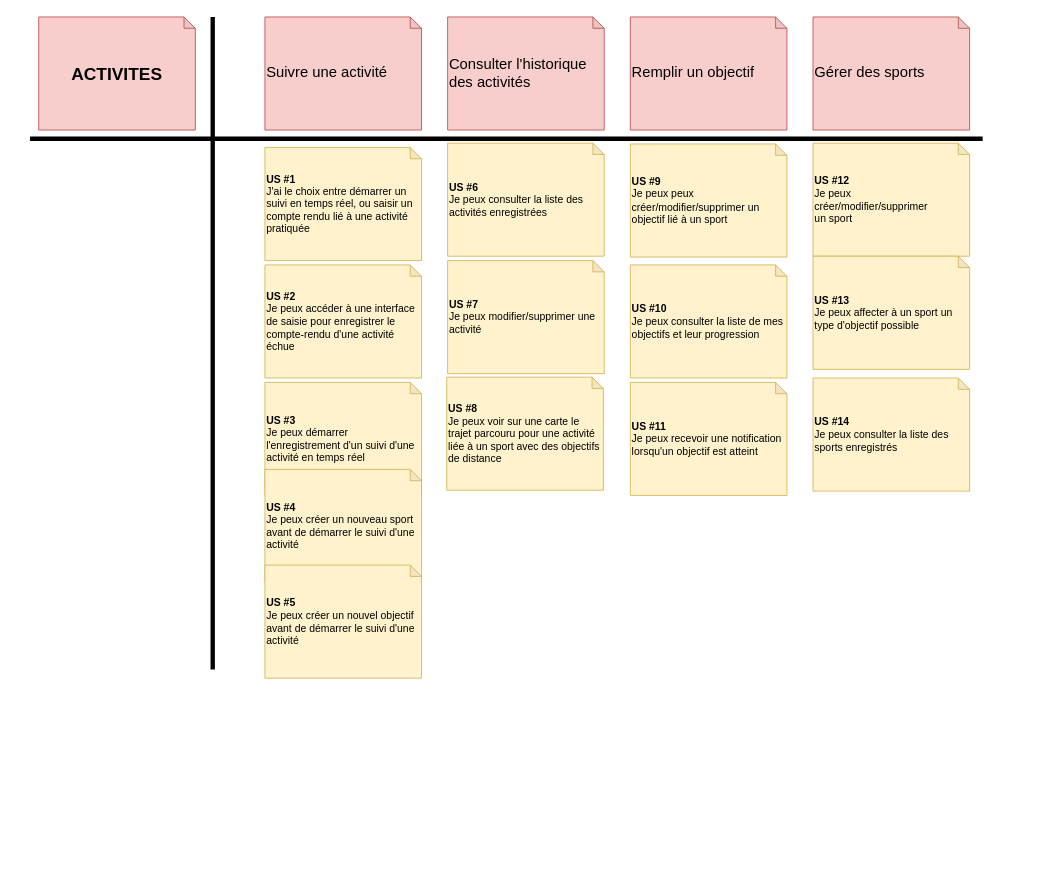
The draw.io diagram analyse/backlog.drawio in jduplaix/SportTrack, before the edit. Source tidied: cells renumbered, new cells numbered last; positions are measured from the earlier drawing's top-left corner, leaving out a move shared by most shapes. Both pictures are drawn from the tidied source at 87%, with x=0, y=0 at pixel (30, 17).
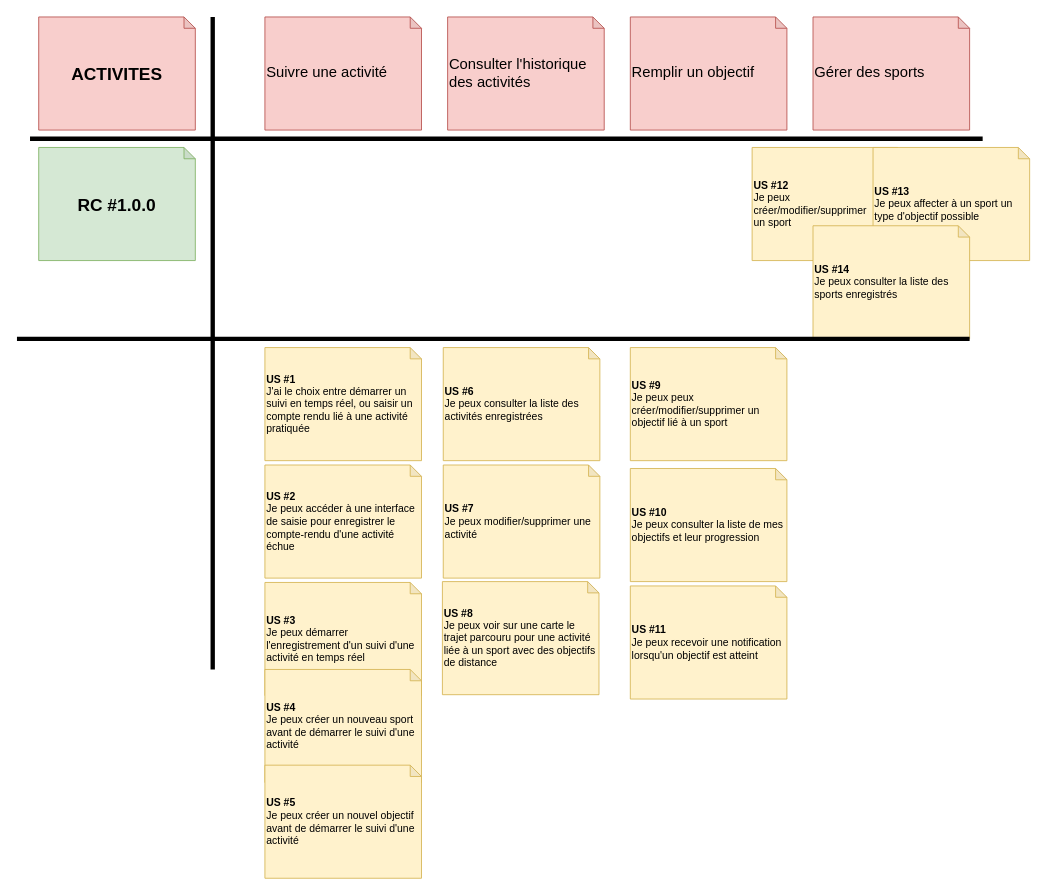
The same page after the edit.

Commit message (it also covers changes not shown here):
Docs: Maj backlog: identification contenu RC#1.0.0. Retrodoc RC#0.1.0.

Change to the diagram source:
```diff
@@
     <mxCell id="6" value="&lt;b&gt;US #7&lt;/b&gt;&lt;br&gt;Je peux modifier/supprimer une activité" style="shape=note;whiteSpace=wrap;html=1;backgroundOutline=1;darkOpacity=0.05;size=13;align=left;fillColor=#fff2cc;strokeColor=#d6b656;" parent="1" vertex="1">
-      <mxGeometry x="480" y="280" width="180" height="130" as="geometry" />
+      <mxGeometry x="475" y="515" width="180" height="130" as="geometry" />
     </mxCell>
     <mxCell id="7" value="&lt;b&gt;US #9&lt;/b&gt;&lt;br&gt;Je peux peux créer/modifier/supprimer un objectif lié à un sport" style="shape=note;whiteSpace=wrap;html=1;backgroundOutline=1;darkOpacity=0.05;size=13;align=left;fillColor=#fff2cc;strokeColor=#d6b656;" parent="1" vertex="1">
-      <mxGeometry x="690" y="146" width="180" height="130" as="geometry" />
+      <mxGeometry x="690" y="380" width="180" height="130" as="geometry" />
     </mxCell>
     <mxCell id="8" value="&lt;b&gt;US #10&lt;/b&gt;&lt;br&gt;Je peux consulter la liste de mes objectifs et leur progression" style="shape=note;whiteSpace=wrap;html=1;backgroundOutline=1;darkOpacity=0.05;size=13;align=left;fillColor=#fff2cc;strokeColor=#d6b656;" parent="1" vertex="1">
-      <mxGeometry x="690" y="285" width="180" height="130" as="geometry" />
+      <mxGeometry x="690" y="519" width="180" height="130" as="geometry" />
     </mxCell>
     <mxCell id="9" value="&lt;b&gt;US #11&lt;/b&gt;&lt;br&gt;Je peux recevoir une notification lorsqu'un objectif est atteint" style="shape=note;whiteSpace=wrap;html=1;backgroundOutline=1;darkOpacity=0.05;size=13;align=left;fillColor=#fff2cc;strokeColor=#d6b656;" parent="1" vertex="1">
-      <mxGeometry x="690" y="420" width="180" height="130" as="geometry" />
+      <mxGeometry x="690" y="654" width="180" height="130" as="geometry" />
     </mxCell>
     <mxCell id="10" value="&lt;b&gt;US #1&lt;/b&gt;&lt;br&gt;J'ai le choix entre démarrer un suivi en temps réel, ou saisir un compte rendu lié à une activité pratiquée" style="shape=note;whiteSpace=wrap;html=1;backgroundOutline=1;darkOpacity=0.05;size=13;align=left;fillColor=#fff2cc;strokeColor=#d6b656;" parent="1" vertex="1">
-      <mxGeometry x="270" y="150" width="180" height="130" as="geometry" />
+      <mxGeometry x="270" y="380" width="180" height="130" as="geometry" />
     </mxCell>
     <mxCell id="11" value="&lt;b&gt;US #6&lt;/b&gt;&lt;br&gt;Je peux consulter la liste des activités enregistrées" style="shape=note;whiteSpace=wrap;html=1;backgroundOutline=1;darkOpacity=0.05;size=13;align=left;fillColor=#fff2cc;strokeColor=#d6b656;" parent="1" vertex="1">
-      <mxGeometry x="480" y="145" width="180" height="130" as="geometry" />
+      <mxGeometry x="475" y="380" width="180" height="130" as="geometry" />
     </mxCell>
     <mxCell id="12" value="&lt;b&gt;US #12&lt;/b&gt;&lt;br&gt;Je peux&lt;br&gt;créer/modifier/supprimer&lt;br&gt;un sport" style="shape=note;whiteSpace=wrap;html=1;backgroundOutline=1;darkOpacity=0.05;size=13;align=left;fillColor=#fff2cc;strokeColor=#d6b656;" parent="1" vertex="1">
-      <mxGeometry x="900" y="145" width="180" height="130" as="geometry" />
+      <mxGeometry x="830" y="150" width="180" height="130" as="geometry" />
     </mxCell>
     <mxCell id="13" value="&lt;b&gt;US #13&lt;/b&gt;&lt;br&gt;Je peux affecter à un sport un type d'objectif possible" style="shape=note;whiteSpace=wrap;html=1;backgroundOutline=1;darkOpacity=0.05;size=13;align=left;fillColor=#fff2cc;strokeColor=#d6b656;" parent="1" vertex="1">
-      <mxGeometry x="900" y="275" width="180" height="130" as="geometry" />
+      <mxGeometry x="969" y="150" width="180" height="130" as="geometry" />
     </mxCell>
     <mxCell id="14" value="&lt;b&gt;US #8&lt;/b&gt;&lt;br&gt;Je peux voir sur une carte le trajet parcouru pour une activité liée à un sport avec des objectifs de distance" style="shape=note;whiteSpace=wrap;html=1;backgroundOutline=1;darkOpacity=0.05;size=13;align=left;fillColor=#fff2cc;strokeColor=#d6b656;" parent="1" vertex="1">
-      <mxGeometry x="479" y="414" width="180" height="130" as="geometry" />
+      <mxGeometry x="474" y="649" width="180" height="130" as="geometry" />
     </mxCell>
     <mxCell id="15" value="&lt;b&gt;US #2&lt;/b&gt;&lt;br&gt;Je peux accéder à une interface de saisie pour enregistrer le compte-rendu d'une activité échue" style="shape=note;whiteSpace=wrap;html=1;backgroundOutline=1;darkOpacity=0.05;size=13;align=left;fillColor=#fff2cc;strokeColor=#d6b656;" parent="1" vertex="1">
-      <mxGeometry x="270" y="285" width="180" height="130" as="geometry" />
+      <mxGeometry x="270" y="515" width="180" height="130" as="geometry" />
     </mxCell>
     <mxCell id="16" value="&lt;b&gt;US #3&lt;/b&gt;&lt;br&gt;Je peux démarrer l'enregistrement d'un suivi d'une activité en temps réel" style="shape=note;whiteSpace=wrap;html=1;backgroundOutline=1;darkOpacity=0.05;size=13;align=left;fillColor=#fff2cc;strokeColor=#d6b656;" parent="1" vertex="1">
-      <mxGeometry x="270" y="420" width="180" height="130" as="geometry" />
+      <mxGeometry x="270" y="650" width="180" height="130" as="geometry" />
     </mxCell>
@@
     <mxCell id="19" value="&lt;b&gt;US #4&lt;/b&gt;&lt;br&gt;Je peux créer un nouveau sport avant de démarrer le suivi d'une activité" style="shape=note;whiteSpace=wrap;html=1;backgroundOutline=1;darkOpacity=0.05;size=13;align=left;fillColor=#fff2cc;strokeColor=#d6b656;" parent="1" vertex="1">
-      <mxGeometry x="270" y="520" width="180" height="130" as="geometry" />
+      <mxGeometry x="270" y="750" width="180" height="130" as="geometry" />
     </mxCell>
     <mxCell id="20" value="&lt;b&gt;US #5&lt;/b&gt;&lt;br&gt;Je peux créer un nouvel objectif avant de démarrer le suivi d'une activité" style="shape=note;whiteSpace=wrap;html=1;backgroundOutline=1;darkOpacity=0.05;size=13;align=left;fillColor=#fff2cc;strokeColor=#d6b656;" parent="1" vertex="1">
-      <mxGeometry x="270" y="630" width="180" height="130" as="geometry" />
+      <mxGeometry x="270" y="860" width="180" height="130" as="geometry" />
     </mxCell>
@@
     <mxCell id="22" value="&lt;b&gt;US #14&lt;/b&gt;&lt;br&gt;Je peux consulter la liste des sports enregistrés" style="shape=note;whiteSpace=wrap;html=1;backgroundOutline=1;darkOpacity=0.05;size=13;align=left;fillColor=#fff2cc;strokeColor=#d6b656;" parent="1" vertex="1">
-      <mxGeometry x="900" y="415" width="180" height="130" as="geometry" />
+      <mxGeometry x="900" y="240" width="180" height="130" as="geometry" />
     </mxCell>
+    <mxCell id="23" value="&lt;b&gt;RC #1.0.0&lt;/b&gt;" style="shape=note;whiteSpace=wrap;html=1;backgroundOutline=1;darkOpacity=0.05;size=13;align=center;fillColor=#d5e8d4;strokeColor=#82b366;fontSize=20;" parent="1" vertex="1">
+      <mxGeometry x="10" y="150" width="180" height="130" as="geometry" />
+    </mxCell>
+    <mxCell id="24" style="endArrow=none;html=1;fontSize=17;strokeWidth=5;" parent="1" edge="1">
+      <mxGeometry relative="1" as="geometry">
+        <mxPoint x="-15" y="370" as="sourcePoint" />
+        <mxPoint x="1080" y="370" as="targetPoint" />
+      </mxGeometry>
+    </mxCell>
```
